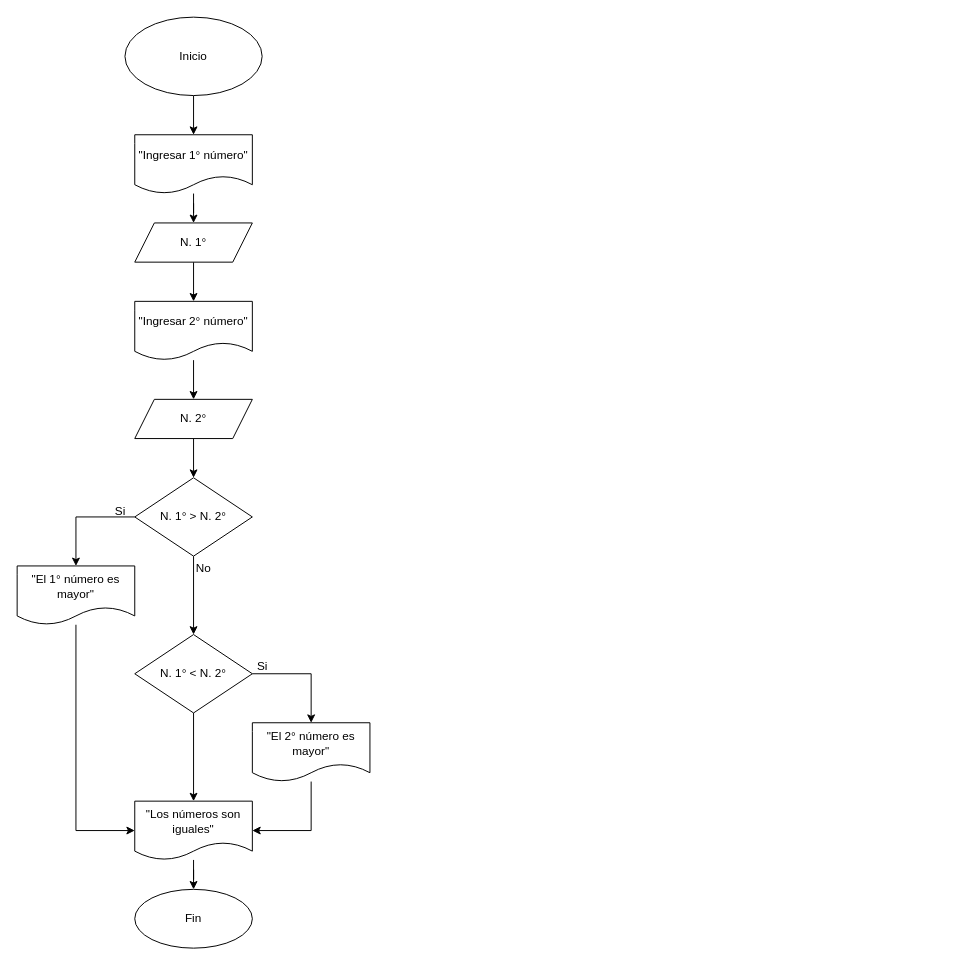
Earlier version of the draw.io diagram Lab - 2 Ejercicio 3 y 4.drawio (CarlosUanl/Trabajos-MDLP--3-oportunidad-). Source tidied: cells renumbered, new cells numbered last; positions are measured from the earlier drawing's top-left corner, leaving out a move shared by most shapes. Both pictures are drawn from the tidied source at 98%, with x=0, y=0 at pixel (17, 17).
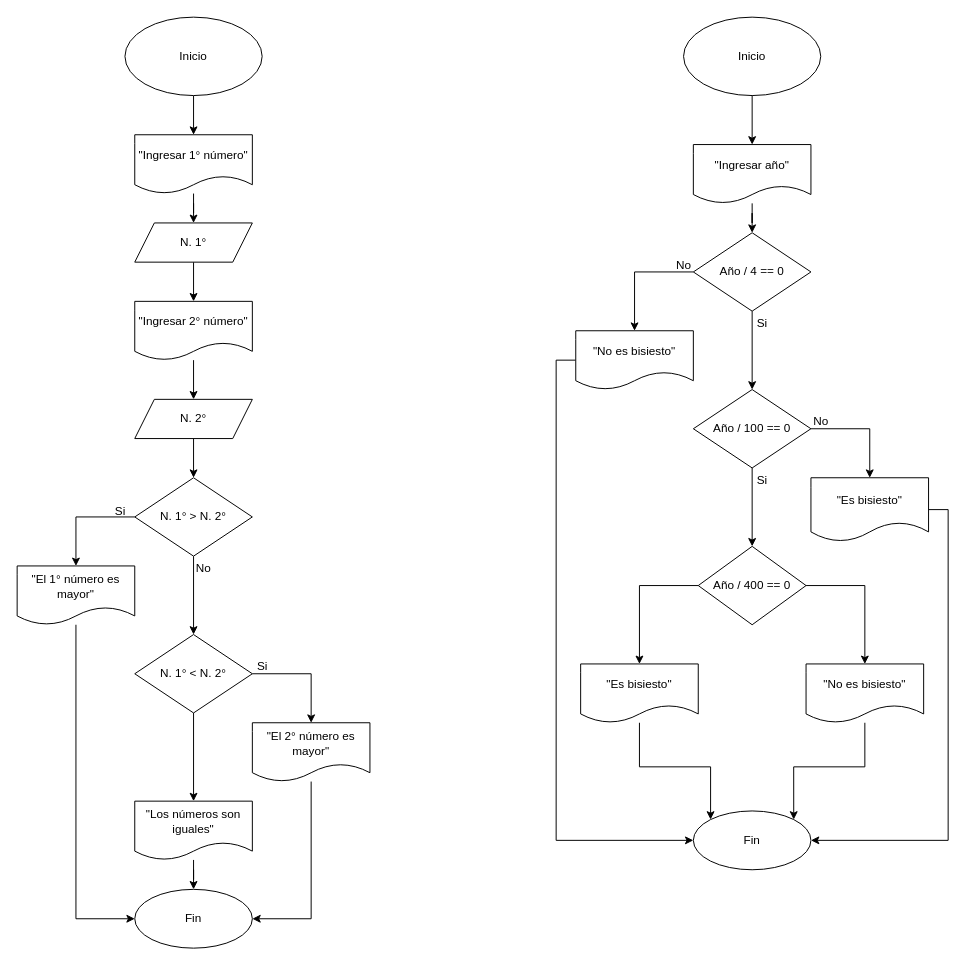
The same page after the edit.

The change refers to these unchanged cells:
```xml
<mxCell id="16" value="&quot;El 1° número es mayor&quot;" style="shape=document;whiteSpace=wrap;html=1;boundedLbl=1;" parent="1" vertex="1">
  <mxGeometry y="560" width="120" height="60" as="geometry" />
</mxCell>
<mxCell id="22" value="&quot;El 2° número es mayor&quot;" style="shape=document;whiteSpace=wrap;html=1;boundedLbl=1;" parent="1" vertex="1">
  <mxGeometry x="240" y="720" width="120" height="60" as="geometry" />
</mxCell>
<mxCell id="26" value="&quot;Los números son iguales&quot;" style="shape=document;whiteSpace=wrap;html=1;boundedLbl=1;" parent="1" vertex="1">
  <mxGeometry x="120" y="800" width="120" height="60" as="geometry" />
</mxCell>
<mxCell id="27" value="Fin" style="ellipse;whiteSpace=wrap;html=1;" parent="1" vertex="1">
  <mxGeometry x="120" y="890" width="120" height="60" as="geometry" />
</mxCell>
```

Diff of the diagram source:
```diff
@@
-    <mxCell id="15" style="edgeStyle=orthogonalEdgeStyle;rounded=0;jettySize=auto;html=1;entryX=0;entryY=0.5;entryDx=0;entryDy=0;" parent="1" edge="1" source="16" target="26">
-      <mxGeometry relative="1" as="geometry" />
-    </mxCell>
+    <mxCell id="28" style="edgeStyle=orthogonalEdgeStyle;rounded=0;jettySize=auto;html=1;entryX=0;entryY=0.5;entryDx=0;entryDy=0;" parent="1" edge="1" source="16" target="27">
+      <mxGeometry relative="1" as="geometry" />
+    </mxCell>
@@
-    <mxCell id="21" style="edgeStyle=orthogonalEdgeStyle;rounded=0;jettySize=auto;html=1;entryX=1;entryY=0.5;entryDx=0;entryDy=0;" parent="1" edge="1" source="22" target="26">
-      <mxGeometry relative="1" as="geometry" />
-    </mxCell>
+    <mxCell id="29" style="edgeStyle=orthogonalEdgeStyle;rounded=0;jettySize=auto;html=1;entryX=1;entryY=0.5;entryDx=0;entryDy=0;" parent="1" edge="1" source="22" target="27">
+      <mxGeometry relative="1" as="geometry" />
+    </mxCell>
@@
+    <mxCell id="30" style="edgeStyle=orthogonalEdgeStyle;rounded=0;jettySize=auto;html=1;entryX=0.5;entryY=0;entryDx=0;entryDy=0;" parent="1" edge="1" source="31" target="33">
+      <mxGeometry relative="1" as="geometry" />
+    </mxCell>
+    <mxCell id="31" value="Inicio" style="ellipse;whiteSpace=wrap;html=1;" parent="1" vertex="1">
+      <mxGeometry x="680" width="140" height="80" as="geometry" />
+    </mxCell>
+    <mxCell id="32" style="edgeStyle=orthogonalEdgeStyle;rounded=0;jettySize=auto;html=1;" parent="1" edge="1" source="33" target="36">
+      <mxGeometry relative="1" as="geometry" />
+    </mxCell>
+    <mxCell id="33" value="&quot;Ingresar año&quot;" style="shape=document;whiteSpace=wrap;html=1;boundedLbl=1;" parent="1" vertex="1">
+      <mxGeometry x="690" y="130" width="120" height="60" as="geometry" />
+    </mxCell>
+    <mxCell id="34" style="edgeStyle=orthogonalEdgeStyle;rounded=0;jettySize=auto;html=1;entryX=0.5;entryY=0;entryDx=0;entryDy=0;" parent="1" edge="1" source="36" target="38">
+      <mxGeometry relative="1" as="geometry">
+        <Array as="points">
+          <mxPoint x="630" y="260" />
+        </Array>
+      </mxGeometry>
+    </mxCell>
+    <mxCell id="35" style="edgeStyle=orthogonalEdgeStyle;rounded=0;jettySize=auto;html=1;entryX=0.5;entryY=0;entryDx=0;entryDy=0;" parent="1" edge="1" source="36" target="41">
+      <mxGeometry relative="1" as="geometry" />
+    </mxCell>
+    <mxCell id="36" value="Año / 4 == 0" style="rhombus;whiteSpace=wrap;html=1;" parent="1" vertex="1">
+      <mxGeometry x="690" y="220" width="120" height="80" as="geometry" />
+    </mxCell>
+    <mxCell id="37" style="edgeStyle=orthogonalEdgeStyle;rounded=0;jettySize=auto;html=1;entryX=0;entryY=0.5;entryDx=0;entryDy=0;" parent="1" edge="1" source="38" target="55">
+      <mxGeometry relative="1" as="geometry">
+        <Array as="points">
+          <mxPoint x="550" y="350" />
+          <mxPoint x="550" y="840" />
+        </Array>
+      </mxGeometry>
+    </mxCell>
+    <mxCell id="38" value="&quot;No es bisiesto&quot;" style="shape=document;whiteSpace=wrap;html=1;boundedLbl=1;" parent="1" vertex="1">
+      <mxGeometry x="570" y="320" width="120" height="60" as="geometry" />
+    </mxCell>
+    <mxCell id="39" style="edgeStyle=orthogonalEdgeStyle;rounded=0;jettySize=auto;html=1;entryX=0.5;entryY=0;entryDx=0;entryDy=0;" parent="1" edge="1" source="41" target="43">
+      <mxGeometry relative="1" as="geometry">
+        <Array as="points">
+          <mxPoint x="870" y="420" />
+        </Array>
+      </mxGeometry>
+    </mxCell>
+    <mxCell id="40" style="edgeStyle=orthogonalEdgeStyle;rounded=0;jettySize=auto;html=1;entryX=0.5;entryY=0;entryDx=0;entryDy=0;" parent="1" edge="1" source="41" target="49">
+      <mxGeometry relative="1" as="geometry" />
+    </mxCell>
+    <mxCell id="41" value="Año / 100 == 0" style="rhombus;whiteSpace=wrap;html=1;" parent="1" vertex="1">
+      <mxGeometry x="690" y="380" width="120" height="80" as="geometry" />
+    </mxCell>
+    <mxCell id="42" style="edgeStyle=orthogonalEdgeStyle;rounded=0;jettySize=auto;html=1;entryX=1;entryY=0.5;entryDx=0;entryDy=0;" parent="1" edge="1" source="43" target="55">
+      <mxGeometry relative="1" as="geometry">
+        <Array as="points">
+          <mxPoint x="950" y="502" />
+          <mxPoint x="950" y="840" />
+        </Array>
+      </mxGeometry>
+    </mxCell>
+    <mxCell id="43" value="&quot;Es bisiesto&quot;" style="shape=document;whiteSpace=wrap;html=1;boundedLbl=1;" parent="1" vertex="1">
+      <mxGeometry x="810" y="470" width="120" height="65" as="geometry" />
+    </mxCell>
+    <mxCell id="44" value="No" style="text;html=1;align=center;verticalAlign=middle;strokeColor=none;fillColor=none;" parent="1" vertex="1">
+      <mxGeometry x="660" y="238" width="40" height="30" as="geometry" />
+    </mxCell>
+    <mxCell id="45" value="No" style="text;html=1;align=center;verticalAlign=middle;strokeColor=none;fillColor=none;" parent="1" vertex="1">
+      <mxGeometry x="800" y="398" width="40" height="30" as="geometry" />
+    </mxCell>
+    <mxCell id="46" value="Si" style="text;html=1;align=center;verticalAlign=middle;strokeColor=none;fillColor=none;" parent="1" vertex="1">
+      <mxGeometry x="745" y="298" width="30" height="30" as="geometry" />
+    </mxCell>
+    <mxCell id="47" style="edgeStyle=orthogonalEdgeStyle;rounded=0;jettySize=auto;html=1;entryX=0.5;entryY=0;entryDx=0;entryDy=0;" parent="1" edge="1" source="49" target="53">
+      <mxGeometry relative="1" as="geometry">
+        <Array as="points">
+          <mxPoint x="865" y="580" />
+        </Array>
+      </mxGeometry>
+    </mxCell>
+    <mxCell id="48" style="edgeStyle=orthogonalEdgeStyle;rounded=0;jettySize=auto;html=1;entryX=0.5;entryY=0;entryDx=0;entryDy=0;" parent="1" edge="1" source="49" target="51">
+      <mxGeometry relative="1" as="geometry">
+        <Array as="points">
+          <mxPoint x="635" y="580" />
+        </Array>
+      </mxGeometry>
+    </mxCell>
+    <mxCell id="49" value="Año / 400 == 0" style="rhombus;whiteSpace=wrap;html=1;" parent="1" vertex="1">
+      <mxGeometry x="695" y="540" width="110" height="80" as="geometry" />
+    </mxCell>
+    <mxCell id="50" style="edgeStyle=orthogonalEdgeStyle;rounded=0;jettySize=auto;html=1;entryX=0;entryY=0;entryDx=0;entryDy=0;" parent="1" edge="1" source="51" target="55">
+      <mxGeometry relative="1" as="geometry" />
+    </mxCell>
+    <mxCell id="51" value="&quot;Es bisiesto&quot;" style="shape=document;whiteSpace=wrap;html=1;boundedLbl=1;" parent="1" vertex="1">
+      <mxGeometry x="575" y="660" width="120" height="60" as="geometry" />
+    </mxCell>
+    <mxCell id="52" style="edgeStyle=orthogonalEdgeStyle;rounded=0;jettySize=auto;html=1;entryX=1;entryY=0;entryDx=0;entryDy=0;" parent="1" edge="1" source="53" target="55">
+      <mxGeometry relative="1" as="geometry" />
+    </mxCell>
+    <mxCell id="53" value="&quot;No es bisiesto&quot;" style="shape=document;whiteSpace=wrap;html=1;boundedLbl=1;" parent="1" vertex="1">
+      <mxGeometry x="805" y="660" width="120" height="60" as="geometry" />
+    </mxCell>
+    <mxCell id="54" value="Si" style="text;html=1;align=center;verticalAlign=middle;strokeColor=none;fillColor=none;" parent="1" vertex="1">
+      <mxGeometry x="745" y="458" width="30" height="30" as="geometry" />
+    </mxCell>
+    <mxCell id="55" value="Fin" style="ellipse;whiteSpace=wrap;html=1;" parent="1" vertex="1">
+      <mxGeometry x="690" y="810" width="120" height="60" as="geometry" />
+    </mxCell>
```
